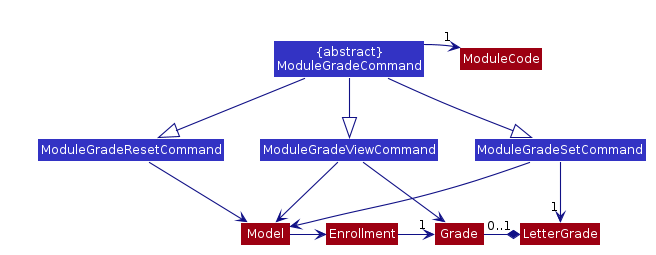
This is docs/images/ModuleGradeCommandClassDiagram.png from thetruevincentchow/main, a PlantUML export, as it was before one commit.
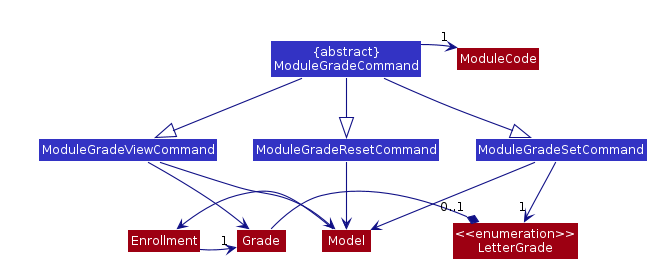
After the commit.

Commit message:
Add portfolio link in About Us page, fix DG diagram

Diff of the diagram source:
```diff
@@ -67,13 +67,18 @@
     Class ModuleGradeResetCommand
 }
 
-Class Grade #9D0012
-Class LetterGrade #9D0012
+together {
+    Class Grade #9D0012
+    Class Enrollment #9D0012
+}
+Class "<<enumeration>>\nLetterGrade" as LetterGrade #9D0012
 ModuleGradeSetCommand --down>"1" LetterGrade
 
-Class Enrollment #9D0012
 Enrollment ->"1" Grade
 Grade -*"0..1" LetterGrade
+
+Enrollment -[hidden] Grade
+
 
 Class Model #9D0012
 Model -> Enrollment
```
